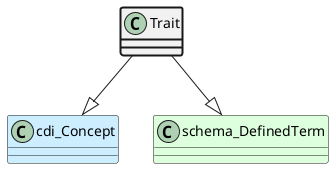
This is ttl_uml/ttl_appn_Trait.png from aus-plant-phenomics-network/appn-schema, a PlantUML export, as it was before one commit. Source of this version:
```plantuml
@startuml
class Trait  #line.bold
class cdi_Concept #CCEEFF
Trait --|> cdi_Concept
class schema_DefinedTerm #DDFFDD
Trait --|> schema_DefinedTerm
@enduml
```
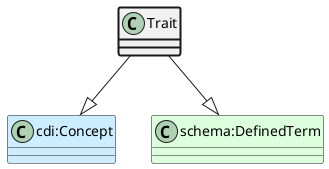
After the change.

The edit, as a diff of the source:
```diff
@@ -1,7 +1,7 @@
 @startuml
 class Trait  #line.bold
-class cdi_Concept #CCEEFF
-Trait --|> cdi_Concept
-class schema_DefinedTerm #DDFFDD
-Trait --|> schema_DefinedTerm
+class "cdi:Concept" #CCEEFF
+Trait --|> "cdi:Concept"
+class "schema:DefinedTerm" #DDFFDD
+Trait --|> "schema:DefinedTerm"
 @enduml
```
